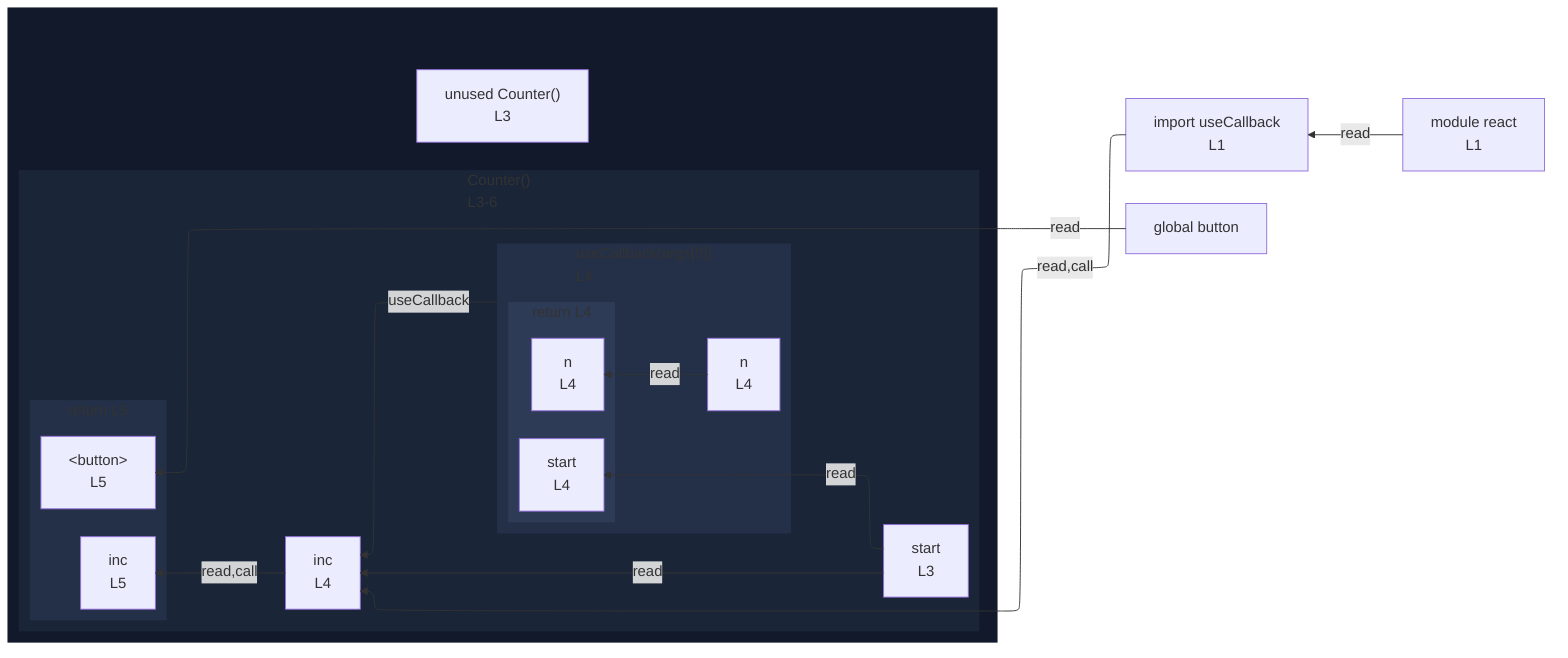
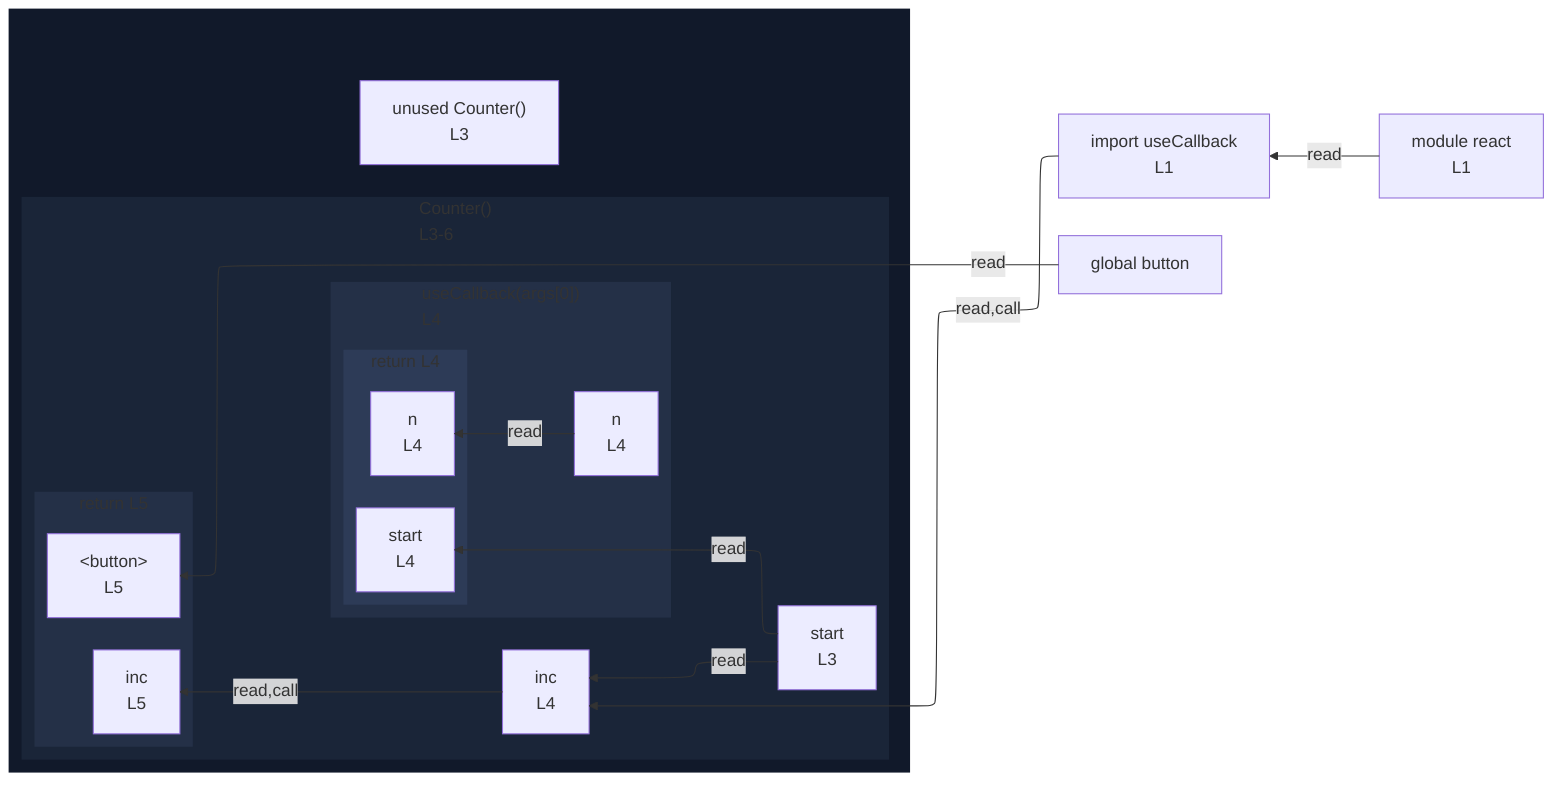
%%{init: {"flowchart": {"defaultRenderer": "elk"}}}%%
flowchart RL
  n_scope_0_useCallback_9["import useCallback<br/>L1"]
  n_scope_0_button_162["global button"]
  subgraph wrap_s_scope_1[" "]
    direction TB
    n_scope_0_Counter_44["unused Counter()<br/>L3"]
    subgraph s_scope_1["Counter()<br/>L3-6"]
      direction RL
      n_scope_1_start_57["start<br/>L3"]
      n_scope_1_inc_98["inc<br/>L4"]
      subgraph s_scope_2["useCallback(args[0])<br/>L4"]
        direction RL
        n_scope_2_n_117["n<br/>L4"]
        subgraph s_return_scope_0_Counter_44_131_140["return L4"]
          direction RL
          ret_use_ref_3["n<br/>L4"]
          ret_use_ref_4["start<br/>L4"]
        end
      end
      subgraph s_return_scope_0_Counter_44_154_187["return L5"]
        direction RL
        ret_use_ref_6["&lt;button&gt;<br/>L5"]
        ret_use_ref_7["inc<br/>L5"]
      end
    end
  end
  n_scope_0_useCallback_9 -->|read,call| n_scope_1_inc_98
  n_scope_2_n_117 -->|read| ret_use_ref_3
  n_scope_1_start_57 -->|read| ret_use_ref_4
  n_scope_1_start_57 -->|read| n_scope_1_inc_98
  n_scope_0_button_162 -->|read| ret_use_ref_6
  n_scope_1_inc_98 -->|read,call| ret_use_ref_7
-   s_scope_2 -->|useCallback| n_scope_1_inc_98
  mod_react["module react<br/>L1"]
  mod_react -->|read| n_scope_0_useCallback_9
  classDef nestL1 fill:#11192a,stroke:transparent;
  class wrap_s_scope_1 nestL1;
  classDef nestL2 fill:#1a2538,stroke:transparent;
  class s_scope_1 nestL2;
  classDef nestL3 fill:#243047,stroke:transparent;
  class s_scope_2 nestL3;
  class s_return_scope_0_Counter_44_154_187 nestL3;
  classDef nestL4 fill:#2d3b57,stroke:transparent;
  class s_return_scope_0_Counter_44_131_140 nestL4;
